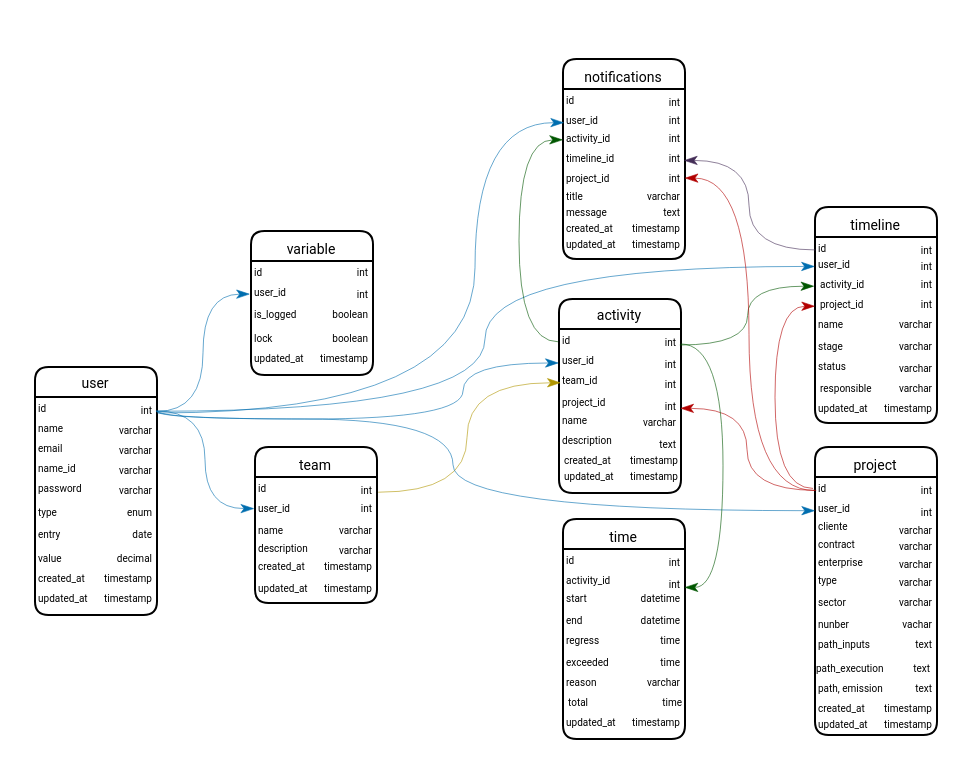
Earlier version of the draw.io diagram Banco Kairos.drawio (Avflux/drawio). Source tidied: cells renumbered, new cells numbered last; positions are measured from the earlier drawing's top-left corner, leaving out a move shared by most shapes. Both pictures are drawn from the tidied source at 200%, with x=0, y=0 at pixel (34, 58).
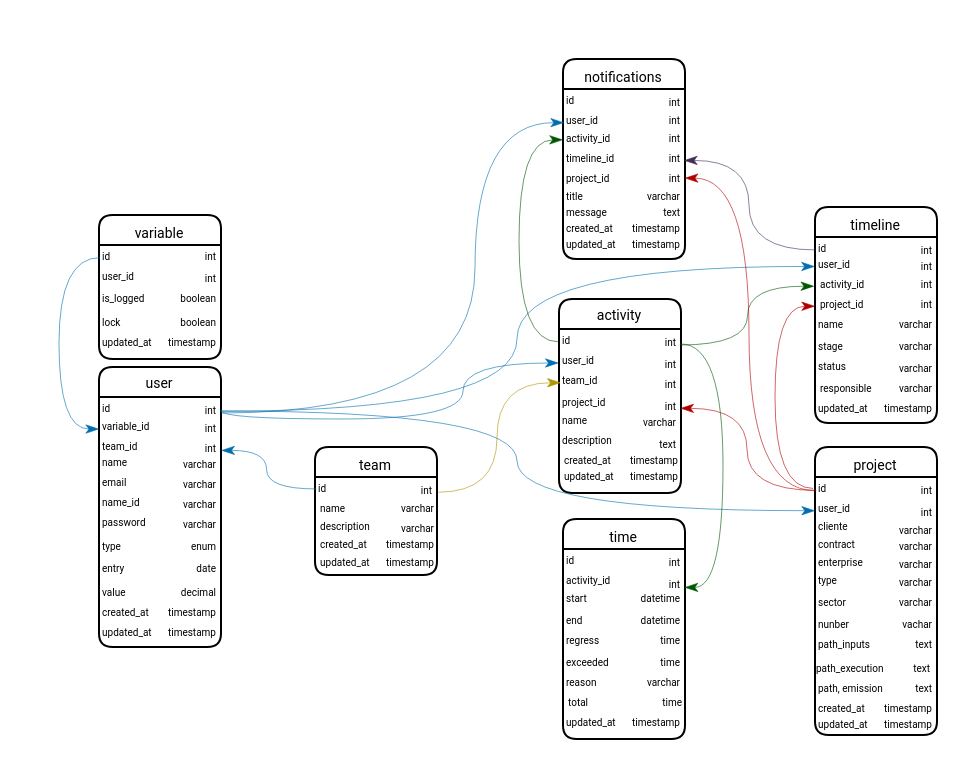
Above is the later version.

The change refers to these unchanged cells:
```xml
<mxCell id="24" value="&lt;font face=&quot;Roboto&quot; style=&quot;font-size: 5px;&quot;&gt;id&lt;/font&gt;" style="text;html=1;align=left;verticalAlign=middle;points=[];strokeColor=none;fillColor=none;fontFamily=Architects Daughter;" parent="23" vertex="1">
  <mxGeometry y="5" width="20" height="30" as="geometry" />
</mxCell>
<mxCell id="58" value="&lt;font face=&quot;Roboto&quot; style=&quot;font-size: 5px;&quot;&gt;user_id&lt;/font&gt;" style="text;html=1;align=left;verticalAlign=middle;points=[];strokeColor=none;fillColor=none;fontFamily=Architects Daughter;" parent="56" vertex="1">
  <mxGeometry y="17" width="34" height="26" as="geometry" />
</mxCell>
<mxCell id="128" value="&lt;font face=&quot;Roboto&quot; style=&quot;font-size: 5px;&quot;&gt;id&lt;/font&gt;" style="text;html=1;align=left;verticalAlign=middle;points=[];strokeColor=none;fillColor=none;fontFamily=Architects Daughter;" parent="127" vertex="1">
  <mxGeometry y="5" width="20" height="30" as="geometry" />
</mxCell>
<mxCell id="129" value="&lt;font face=&quot;Roboto&quot; style=&quot;font-size: 5px;&quot;&gt;user_id&lt;/font&gt;" style="text;html=1;align=left;verticalAlign=middle;points=[];strokeColor=none;fillColor=none;fontFamily=Architects Daughter;" parent="127" vertex="1">
  <mxGeometry y="17" width="34" height="26" as="geometry" />
</mxCell>
```

The edit, as a diff of the source:
```diff
@@
     <mxCell id="2" value="&lt;p&gt;&lt;font style=&quot;font-size: 7px;&quot; face=&quot;Roboto&quot;&gt;&lt;span style=&quot;font-weight: 400;&quot;&gt;user&lt;/span&gt;&lt;/font&gt;&lt;/p&gt;" style="swimlane;whiteSpace=wrap;html=1;hachureGap=4;fontFamily=Architects Daughter;fillColor=default;strokeColor=default;startSize=15;strokeWidth=1;swimlaneLine=1;glass=0;rounded=1;shadow=0;align=center;" parent="1" vertex="1">
-      <mxGeometry y="154" width="61" height="124" as="geometry" />
+      <mxGeometry x="32" y="154" width="61" height="140" as="geometry" />
     </mxCell>
@@
-    <mxCell id="4" value="&lt;font face=&quot;Roboto&quot; style=&quot;font-size: 5px;&quot;&gt;name&lt;/font&gt;" style="text;html=1;align=left;verticalAlign=middle;strokeColor=none;fillColor=none;fontFamily=Architects Daughter;" parent="2" vertex="1">
-      <mxGeometry y="15" width="30" height="30" as="geometry" />
-    </mxCell>
-    <mxCell id="5" value="&lt;font face=&quot;Roboto&quot;&gt;&lt;span style=&quot;font-size: 5px;&quot;&gt;varchar&lt;/span&gt;&lt;/font&gt;" style="text;html=1;align=right;verticalAlign=middle;strokeColor=none;fillColor=none;fontFamily=Architects Daughter;" parent="2" vertex="1">
-      <mxGeometry x="20" y="15" width="40" height="30" as="geometry" />
-    </mxCell>
-    <mxCell id="6" value="&lt;font face=&quot;Roboto&quot; style=&quot;font-size: 5px;&quot;&gt;email&lt;/font&gt;" style="text;html=1;align=left;verticalAlign=middle;strokeColor=none;fillColor=none;fontFamily=Architects Daughter;" parent="2" vertex="1">
-      <mxGeometry y="25" width="30" height="30" as="geometry" />
-    </mxCell>
-    <mxCell id="7" value="&lt;font face=&quot;Roboto&quot;&gt;&lt;span style=&quot;font-size: 5px;&quot;&gt;varchar&lt;/span&gt;&lt;/font&gt;" style="text;html=1;align=right;verticalAlign=middle;strokeColor=none;fillColor=none;fontFamily=Architects Daughter;" parent="2" vertex="1">
-      <mxGeometry x="20" y="25" width="40" height="30" as="geometry" />
-    </mxCell>
+    <mxCell id="14" value="&lt;font face=&quot;Roboto&quot;&gt;&lt;span style=&quot;font-size: 5px;&quot;&gt;int&lt;/span&gt;&lt;/font&gt;" style="text;html=1;align=right;verticalAlign=middle;points=[];strokeColor=none;fillColor=none;fontFamily=Architects Daughter;" parent="2" vertex="1">
+      <mxGeometry x="40" y="5" width="20" height="30" as="geometry" />
+    </mxCell>
+    <mxCell id="162" value="&lt;font face=&quot;Roboto&quot; style=&quot;font-size: 5px;&quot;&gt;variable_id&lt;/font&gt;" style="text;html=1;align=left;verticalAlign=middle;points=[];strokeColor=none;fillColor=none;fontFamily=Architects Daughter;" parent="2" vertex="1">
+      <mxGeometry x="-0.5" y="15" width="42" height="28" as="geometry" />
+    </mxCell>
+    <mxCell id="163" value="&lt;font face=&quot;Roboto&quot;&gt;&lt;span style=&quot;font-size: 5px;&quot;&gt;int&lt;/span&gt;&lt;/font&gt;" style="text;html=1;align=right;verticalAlign=middle;strokeColor=none;fillColor=none;fontFamily=Architects Daughter;" parent="2" vertex="1">
+      <mxGeometry x="39.5" y="14" width="20" height="30" as="geometry" />
+    </mxCell>
+    <mxCell id="164" value="&lt;font face=&quot;Roboto&quot; style=&quot;font-size: 5px;&quot;&gt;team_id&lt;/font&gt;" style="text;html=1;align=left;verticalAlign=middle;strokeColor=none;fillColor=none;fontFamily=Architects Daughter;" parent="2" vertex="1">
+      <mxGeometry x="-0.5" y="25" width="36" height="28" as="geometry" />
+    </mxCell>
+    <mxCell id="165" value="&lt;font face=&quot;Roboto&quot;&gt;&lt;span style=&quot;font-size: 5px;&quot;&gt;int&lt;/span&gt;&lt;/font&gt;" style="text;html=1;align=right;verticalAlign=middle;points=[];strokeColor=none;fillColor=none;fontFamily=Architects Daughter;" parent="2" vertex="1">
+      <mxGeometry x="39.5" y="24" width="20" height="30" as="geometry" />
+    </mxCell>
     <mxCell id="8" value="&lt;font face=&quot;Roboto&quot; style=&quot;font-size: 5px;&quot;&gt;name_id&lt;/font&gt;" style="text;html=1;align=left;verticalAlign=middle;strokeColor=none;fillColor=none;fontFamily=Architects Daughter;" parent="2" vertex="1">
-      <mxGeometry y="35" width="40" height="30" as="geometry" />
+      <mxGeometry y="52" width="40" height="30" as="geometry" />
     </mxCell>
     <mxCell id="9" value="&lt;font face=&quot;Roboto&quot;&gt;&lt;span style=&quot;font-size: 5px;&quot;&gt;varchar&lt;/span&gt;&lt;/font&gt;" style="text;html=1;align=right;verticalAlign=middle;strokeColor=none;fillColor=none;fontFamily=Architects Daughter;" parent="2" vertex="1">
-      <mxGeometry x="20" y="35" width="40" height="30" as="geometry" />
+      <mxGeometry x="20" y="52" width="40" height="30" as="geometry" />
     </mxCell>
     <mxCell id="10" value="&lt;font face=&quot;Roboto&quot; style=&quot;font-size: 5px;&quot;&gt;password&lt;/font&gt;" style="text;html=1;align=left;verticalAlign=middle;strokeColor=none;fillColor=none;fontFamily=Architects Daughter;" parent="2" vertex="1">
-      <mxGeometry y="47" width="40" height="26" as="geometry" />
+      <mxGeometry y="64" width="40" height="26" as="geometry" />
     </mxCell>
     <mxCell id="11" value="&lt;font face=&quot;Roboto&quot;&gt;&lt;span style=&quot;font-size: 5px;&quot;&gt;varchar&lt;/span&gt;&lt;/font&gt;" style="text;html=1;align=right;verticalAlign=middle;strokeColor=none;fillColor=none;fontFamily=Architects Daughter;" parent="2" vertex="1">
-      <mxGeometry x="20" y="45" width="40" height="30" as="geometry" />
+      <mxGeometry x="20" y="62" width="40" height="30" as="geometry" />
     </mxCell>
     <mxCell id="12" value="&lt;font face=&quot;Roboto&quot;&gt;&lt;span style=&quot;font-size: 5px;&quot;&gt;entry&lt;/span&gt;&lt;/font&gt;" style="text;html=1;align=left;verticalAlign=middle;strokeColor=none;fillColor=none;fontFamily=Architects Daughter;" parent="2" vertex="1">
-      <mxGeometry y="68" width="29" height="27" as="geometry" />
+      <mxGeometry y="85" width="29" height="27" as="geometry" />
     </mxCell>
     <mxCell id="13" value="&lt;font face=&quot;Roboto&quot;&gt;&lt;span style=&quot;font-size: 5px;&quot;&gt;date&lt;/span&gt;&lt;/font&gt;" style="text;html=1;align=right;verticalAlign=middle;strokeColor=none;fillColor=none;fontFamily=Architects Daughter;" parent="2" vertex="1">
-      <mxGeometry x="30" y="67" width="30" height="30" as="geometry" />
+      <mxGeometry x="30" y="84" width="30" height="30" as="geometry" />
     </mxCell>
-    <mxCell id="14" value="&lt;font face=&quot;Roboto&quot;&gt;&lt;span style=&quot;font-size: 5px;&quot;&gt;int&lt;/span&gt;&lt;/font&gt;" style="text;html=1;align=right;verticalAlign=middle;points=[];strokeColor=none;fillColor=none;fontFamily=Architects Daughter;" parent="2" vertex="1">
-      <mxGeometry x="40" y="5" width="20" height="30" as="geometry" />
-    </mxCell>
     <mxCell id="15" value="&lt;font face=&quot;Roboto&quot;&gt;&lt;span style=&quot;font-size: 5px;&quot;&gt;created_at&lt;/span&gt;&lt;/font&gt;" style="text;html=1;align=left;verticalAlign=middle;strokeColor=none;fillColor=none;fontFamily=Architects Daughter;" parent="2" vertex="1">
-      <mxGeometry y="90" width="41" height="27" as="geometry" />
+      <mxGeometry y="107" width="41" height="27" as="geometry" />
     </mxCell>
     <mxCell id="16" value="&lt;font face=&quot;Roboto&quot;&gt;&lt;span style=&quot;font-size: 5px;&quot;&gt;timestamp&lt;/span&gt;&lt;/font&gt;" style="text;html=1;align=right;verticalAlign=middle;strokeColor=none;fillColor=none;fontFamily=Architects Daughter;" parent="2" vertex="1">
-      <mxGeometry x="18" y="90" width="42" height="27" as="geometry" />
+      <mxGeometry x="18" y="107" width="42" height="27" as="geometry" />
     </mxCell>
     <mxCell id="17" value="&lt;font face=&quot;Roboto&quot;&gt;&lt;span style=&quot;font-size: 5px;&quot;&gt;updated_at&lt;/span&gt;&lt;/font&gt;" style="text;html=1;align=left;verticalAlign=middle;strokeColor=none;fillColor=none;fontFamily=Architects Daughter;" parent="2" vertex="1">
-      <mxGeometry y="100" width="43" height="27" as="geometry" />
+      <mxGeometry y="117" width="43" height="27" as="geometry" />
     </mxCell>
     <mxCell id="18" value="&lt;font face=&quot;Roboto&quot;&gt;&lt;span style=&quot;font-size: 5px;&quot;&gt;timestamp&lt;/span&gt;&lt;/font&gt;" style="text;html=1;align=right;verticalAlign=middle;strokeColor=none;fillColor=none;fontFamily=Architects Daughter;" parent="2" vertex="1">
-      <mxGeometry x="18" y="100" width="42" height="27" as="geometry" />
+      <mxGeometry x="18" y="117" width="42" height="27" as="geometry" />
     </mxCell>
     <mxCell id="19" value="&lt;font face=&quot;Roboto&quot;&gt;&lt;span style=&quot;font-size: 5px;&quot;&gt;value&lt;/span&gt;&lt;/font&gt;" style="text;html=1;align=left;verticalAlign=middle;strokeColor=none;fillColor=none;fontFamily=Architects Daughter;" parent="2" vertex="1">
-      <mxGeometry y="80" width="30" height="27" as="geometry" />
+      <mxGeometry y="97" width="30" height="27" as="geometry" />
     </mxCell>
     <mxCell id="20" value="&lt;font face=&quot;Roboto&quot;&gt;&lt;span style=&quot;font-size: 5px;&quot;&gt;decimal&lt;/span&gt;&lt;/font&gt;" style="text;html=1;align=right;verticalAlign=middle;strokeColor=none;fillColor=none;fontFamily=Architects Daughter;" parent="2" vertex="1">
-      <mxGeometry x="20" y="79" width="40" height="30" as="geometry" />
+      <mxGeometry x="20" y="96" width="40" height="30" as="geometry" />
     </mxCell>
     <mxCell id="21" value="&lt;font face=&quot;Roboto&quot;&gt;&lt;span style=&quot;font-size: 5px;&quot;&gt;type&lt;/span&gt;&lt;/font&gt;" style="text;html=1;align=left;verticalAlign=middle;strokeColor=none;fillColor=none;fontFamily=Architects Daughter;" parent="2" vertex="1">
-      <mxGeometry y="56" width="30" height="30" as="geometry" />
+      <mxGeometry y="73" width="30" height="30" as="geometry" />
     </mxCell>
     <mxCell id="22" value="&lt;font face=&quot;Roboto&quot;&gt;&lt;span style=&quot;font-size: 5px;&quot;&gt;enum&lt;/span&gt;&lt;/font&gt;" style="text;html=1;align=right;verticalAlign=middle;strokeColor=none;fillColor=none;fontFamily=Architects Daughter;" parent="2" vertex="1">
-      <mxGeometry x="30" y="56" width="30" height="30" as="geometry" />
+      <mxGeometry x="30" y="73" width="30" height="30" as="geometry" />
     </mxCell>
+    <mxCell id="6" value="&lt;font face=&quot;Roboto&quot; style=&quot;font-size: 5px;&quot;&gt;email&lt;/font&gt;" style="text;html=1;align=left;verticalAlign=middle;strokeColor=none;fillColor=none;fontFamily=Architects Daughter;" parent="2" vertex="1">
+      <mxGeometry y="42" width="30" height="30" as="geometry" />
+    </mxCell>
+    <mxCell id="7" value="&lt;font face=&quot;Roboto&quot;&gt;&lt;span style=&quot;font-size: 5px;&quot;&gt;varchar&lt;/span&gt;&lt;/font&gt;" style="text;html=1;align=right;verticalAlign=middle;strokeColor=none;fillColor=none;fontFamily=Architects Daughter;" parent="2" vertex="1">
+      <mxGeometry x="20" y="42" width="40" height="30" as="geometry" />
+    </mxCell>
+    <mxCell id="4" value="&lt;font face=&quot;Roboto&quot; style=&quot;font-size: 5px;&quot;&gt;name&lt;/font&gt;" style="text;html=1;align=left;verticalAlign=middle;strokeColor=none;fillColor=none;fontFamily=Architects Daughter;" parent="2" vertex="1">
+      <mxGeometry y="32" width="30" height="30" as="geometry" />
+    </mxCell>
+    <mxCell id="5" value="&lt;font face=&quot;Roboto&quot;&gt;&lt;span style=&quot;font-size: 5px;&quot;&gt;varchar&lt;/span&gt;&lt;/font&gt;" style="text;html=1;align=right;verticalAlign=middle;strokeColor=none;fillColor=none;fontFamily=Architects Daughter;" parent="2" vertex="1">
+      <mxGeometry x="20" y="32" width="40" height="30" as="geometry" />
+    </mxCell>
     <mxCell id="23" value="&lt;p&gt;&lt;font face=&quot;Roboto&quot;&gt;&lt;span style=&quot;font-size: 7px; font-weight: 400;&quot;&gt;team&lt;/span&gt;&lt;/font&gt;&lt;/p&gt;" style="swimlane;whiteSpace=wrap;html=1;hachureGap=4;fontFamily=Architects Daughter;fillColor=default;strokeColor=default;startSize=15;strokeWidth=1;swimlaneLine=1;glass=0;rounded=1;shadow=0;align=center;" parent="1" vertex="1">
-      <mxGeometry x="110" y="194" width="61" height="78" as="geometry" />
+      <mxGeometry x="140" y="194" width="61" height="64" as="geometry" />
     </mxCell>
@@
-    <mxCell id="25" value="&lt;font face=&quot;Roboto&quot; style=&quot;font-size: 5px;&quot;&gt;user_id&lt;/font&gt;" style="text;html=1;align=left;verticalAlign=middle;strokeColor=none;fillColor=none;fontFamily=Architects Daughter;" parent="23" vertex="1">
-      <mxGeometry y="17" width="34" height="26" as="geometry" />
-    </mxCell>
-    <mxCell id="26" value="&lt;font face=&quot;Roboto&quot;&gt;&lt;span style=&quot;font-size: 5px;&quot;&gt;int&lt;/span&gt;&lt;/font&gt;" style="text;html=1;align=right;verticalAlign=middle;strokeColor=none;fillColor=none;fontFamily=Architects Daughter;" parent="23" vertex="1">
-      <mxGeometry x="36" y="15" width="24" height="27" as="geometry" />
-    </mxCell>
     <mxCell id="27" value="&lt;font face=&quot;Roboto&quot;&gt;&lt;span style=&quot;font-size: 5px;&quot;&gt;name&lt;/span&gt;&lt;/font&gt;" style="text;html=1;align=left;verticalAlign=middle;points=[];strokeColor=none;fillColor=none;fontFamily=Architects Daughter;" parent="23" vertex="1">
-      <mxGeometry y="26" width="31" height="27" as="geometry" />
+      <mxGeometry x="0.5" y="15" width="31" height="27" as="geometry" />
     </mxCell>
     <mxCell id="28" value="&lt;font face=&quot;Roboto&quot;&gt;&lt;span style=&quot;font-size: 5px;&quot;&gt;varchar&lt;/span&gt;&lt;/font&gt;" style="text;html=1;align=right;verticalAlign=middle;strokeColor=none;fillColor=none;fontFamily=Architects Daughter;" parent="23" vertex="1">
-      <mxGeometry x="20" y="25" width="40" height="30" as="geometry" />
+      <mxGeometry x="20.5" y="14" width="40" height="30" as="geometry" />
     </mxCell>
     <mxCell id="29" value="&lt;font face=&quot;Roboto&quot; style=&quot;font-size: 5px;&quot;&gt;description&lt;/font&gt;" style="text;html=1;align=left;verticalAlign=middle;strokeColor=none;fillColor=none;fontFamily=Architects Daughter;" parent="23" vertex="1">
-      <mxGeometry y="37" width="43" height="26" as="geometry" />
+      <mxGeometry x="0.5" y="26" width="43" height="26" as="geometry" />
     </mxCell>
     <mxCell id="30" value="&lt;font face=&quot;Roboto&quot;&gt;&lt;span style=&quot;font-size: 5px;&quot;&gt;varchar&lt;/span&gt;&lt;/font&gt;" style="text;html=1;align=right;verticalAlign=middle;strokeColor=none;fillColor=none;fontFamily=Architects Daughter;" parent="23" vertex="1">
-      <mxGeometry x="20" y="35" width="40" height="30" as="geometry" />
+      <mxGeometry x="20.5" y="24" width="40" height="30" as="geometry" />
     </mxCell>
@@
     <mxCell id="32" value="&lt;font face=&quot;Roboto&quot;&gt;&lt;span style=&quot;font-size: 5px;&quot;&gt;created_at&lt;/span&gt;&lt;/font&gt;" style="text;html=1;align=left;verticalAlign=middle;strokeColor=none;fillColor=none;fontFamily=Architects Daughter;" parent="23" vertex="1">
-      <mxGeometry y="44" width="41" height="27" as="geometry" />
+      <mxGeometry x="0.5" y="33" width="41" height="27" as="geometry" />
     </mxCell>
     <mxCell id="33" value="&lt;font face=&quot;Roboto&quot;&gt;&lt;span style=&quot;font-size: 5px;&quot;&gt;timestamp&lt;/span&gt;&lt;/font&gt;" style="text;html=1;align=right;verticalAlign=middle;strokeColor=none;fillColor=none;fontFamily=Architects Daughter;" parent="23" vertex="1">
-      <mxGeometry x="18" y="44" width="42" height="27" as="geometry" />
+      <mxGeometry x="18.5" y="33" width="42" height="27" as="geometry" />
     </mxCell>
     <mxCell id="34" value="&lt;font face=&quot;Roboto&quot;&gt;&lt;span style=&quot;font-size: 5px;&quot;&gt;updated_at&lt;/span&gt;&lt;/font&gt;" style="text;html=1;align=left;verticalAlign=middle;strokeColor=none;fillColor=none;fontFamily=Architects Daughter;" parent="23" vertex="1">
-      <mxGeometry y="55" width="43" height="27" as="geometry" />
+      <mxGeometry x="0.5" y="42" width="43" height="27" as="geometry" />
     </mxCell>
     <mxCell id="35" value="&lt;font face=&quot;Roboto&quot;&gt;&lt;span style=&quot;font-size: 5px;&quot;&gt;timestamp&lt;/span&gt;&lt;/font&gt;" style="text;html=1;align=right;verticalAlign=middle;strokeColor=none;fillColor=none;fontFamily=Architects Daughter;" parent="23" vertex="1">
-      <mxGeometry x="18" y="55" width="42" height="27" as="geometry" />
+      <mxGeometry x="18.5" y="42" width="42" height="27" as="geometry" />
     </mxCell>
@@
-    <mxCell id="55" style="edgeStyle=orthogonalEdgeStyle;rounded=0;hachureGap=4;jettySize=auto;html=1;fontFamily=Architects Daughter;curved=1;endArrow=classicThin;endFill=1;strokeWidth=0.3;entryX=-0.013;entryY=0.178;entryDx=0;entryDy=0;entryPerimeter=0;exitX=1.023;exitY=0.565;exitDx=0;exitDy=0;exitPerimeter=0;fillColor=#1ba1e2;strokeColor=#006EAF;" parent="1" edge="1" source="14" target="27">
+    <mxCell id="55" style="edgeStyle=orthogonalEdgeStyle;rounded=0;hachureGap=4;jettySize=auto;html=1;fontFamily=Architects Daughter;curved=1;endArrow=classicThin;endFill=1;strokeWidth=0.3;exitX=0.033;exitY=0.532;exitDx=0;exitDy=0;exitPerimeter=0;fillColor=#1ba1e2;strokeColor=#006EAF;entryX=1.082;entryY=0.59;entryDx=0;entryDy=0;entryPerimeter=0;" parent="1" edge="1" source="24" target="165">
       <mxGeometry relative="1" as="geometry" />
     </mxCell>
@@
     <mxCell id="83" style="edgeStyle=orthogonalEdgeStyle;rounded=0;hachureGap=4;jettySize=auto;html=1;fontFamily=Architects Daughter;curved=1;endArrow=classicThin;endFill=1;strokeWidth=0.3;entryX=0;entryY=0.571;entryDx=0;entryDy=0;entryPerimeter=0;exitX=1.036;exitY=0.566;exitDx=0;exitDy=0;exitPerimeter=0;fillColor=#1ba1e2;strokeColor=#006EAF;" parent="1" edge="1" source="14" target="58">
-      <mxGeometry relative="1" as="geometry">
-        <Array as="points">
-          <mxPoint x="61" y="180" />
-          <mxPoint x="209" y="180" />
-          <mxPoint x="209" y="226" />
-        </Array>
-      </mxGeometry>
+      <mxGeometry relative="1" as="geometry" />
     </mxCell>
@@
     <mxCell id="127" value="&lt;p&gt;&lt;font face=&quot;Roboto&quot;&gt;&lt;span style=&quot;font-size: 7px; font-weight: 400;&quot;&gt;variable&lt;/span&gt;&lt;/font&gt;&lt;/p&gt;" style="swimlane;whiteSpace=wrap;html=1;hachureGap=4;fontFamily=Architects Daughter;fillColor=default;strokeColor=default;startSize=15;strokeWidth=1;swimlaneLine=1;glass=0;rounded=1;shadow=0;align=center;" parent="1" vertex="1">
-      <mxGeometry x="108" y="86" width="61" height="72" as="geometry" />
+      <mxGeometry x="32" y="78" width="61" height="72" as="geometry" />
     </mxCell>
@@
-    <mxCell id="138" style="edgeStyle=orthogonalEdgeStyle;rounded=0;hachureGap=4;jettySize=auto;html=1;fontFamily=Architects Daughter;curved=1;endArrow=classicThin;endFill=1;strokeWidth=0.3;entryX=-0.017;entryY=0.56;entryDx=0;entryDy=0;entryPerimeter=0;exitX=1.044;exitY=0.573;exitDx=0;exitDy=0;exitPerimeter=0;fillColor=#1ba1e2;strokeColor=#006EAF;" parent="1" edge="1" source="14" target="129">
+    <mxCell id="138" style="edgeStyle=orthogonalEdgeStyle;rounded=0;hachureGap=4;jettySize=auto;html=1;fontFamily=Architects Daughter;curved=1;endArrow=classicThin;endFill=1;strokeWidth=0.3;exitX=0.02;exitY=0.544;exitDx=0;exitDy=0;exitPerimeter=0;fillColor=#1ba1e2;strokeColor=#006EAF;entryX=0.013;entryY=0.573;entryDx=0;entryDy=0;entryPerimeter=0;" parent="1" edge="1" source="128" target="162">
       <mxGeometry relative="1" as="geometry" />
     </mxCell>
```
